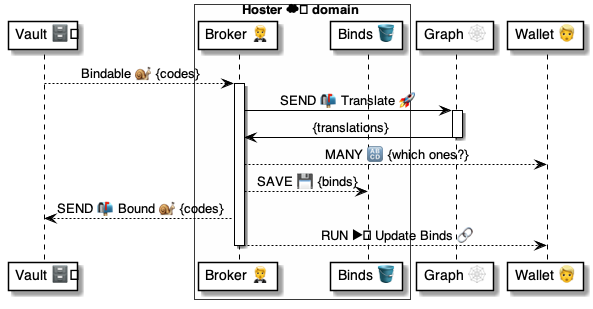
The PlantUML diagram 4 ⚙️ Solution/20 🧑‍🦰 UI/Brokers 🤵/🤵🅰️ Broker methods/Binds 🔗 Bindable 🗄️🐌🤵/🤵 Bindable ⚙️ uml.png in pollyweb-org/pollyweb-docs, before a commit. Its source is kept beside it as 4 ⚙️ Solution/20 🧑‍🦰 UI/Brokers 🤵/🤵🅰️ Broker methods/Binds 🔗 Bindable 🗄️🐌🤵/🤵 Bindable ⚙️ uml.puml.
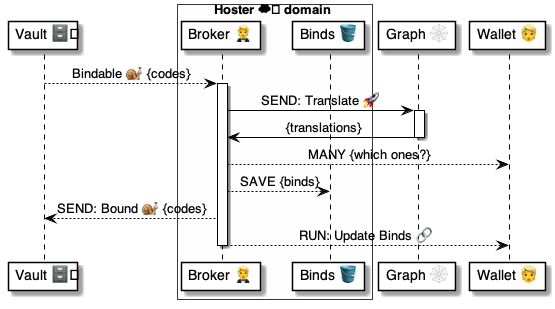
Later version of the same file.

The edit, as a diff of the source:
```diff
@@ -17,16 +17,16 @@
 
     activate broker
 
-        broker -> graph: SEND 📬 Translate 🚀
+        broker -> graph: SEND: Translate 🚀
         activate graph
             graph -> broker: {translations}
         deactivate
 
-        broker --> wallet: MANY 🔠 {which ones?}
-        broker --> itemizer: SAVE 💾 {binds}
+        broker --> wallet: MANY {which ones?}
+        broker --> itemizer: SAVE {binds}
 
-        broker --> vault: SEND 📬 Bound 🐌 {codes}
-        broker --> wallet: RUN ▶️ Update Binds 🔗
+        broker --> vault: SEND: Bound 🐌 {codes}
+        broker --> wallet: RUN: Update Binds 🔗
     deactivate broker
 
 @enduml
```
